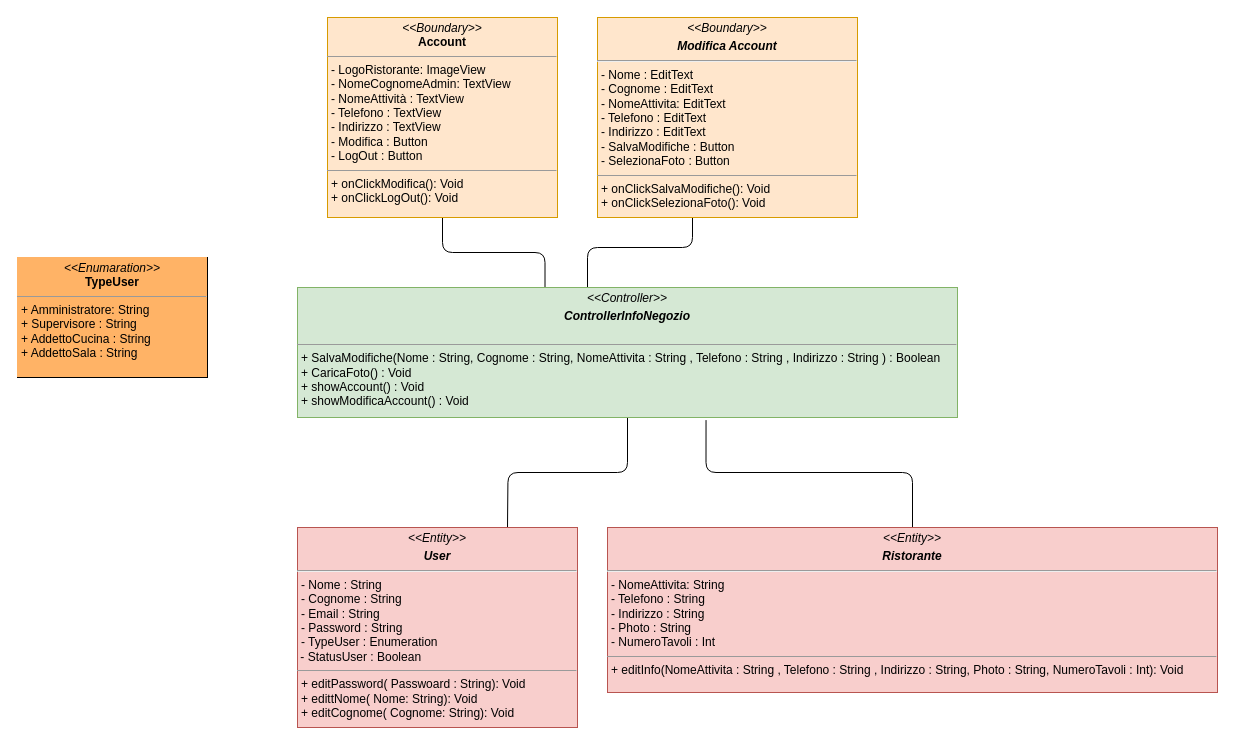
Earlier version of the draw.io diagram page "Gestisci InfoRistorante" (4 of 8) of Documentazione/Class Diagram/Class Diagram.drawio (Chriss1618/ProgettoINGSW). Source tidied: cells renumbered, new cells numbered last; positions are measured from the earlier drawing's top-left corner, leaving out a move shared by most shapes. Both pictures are drawn from the tidied source at 100%, with x=0, y=0 at pixel (17, 17).
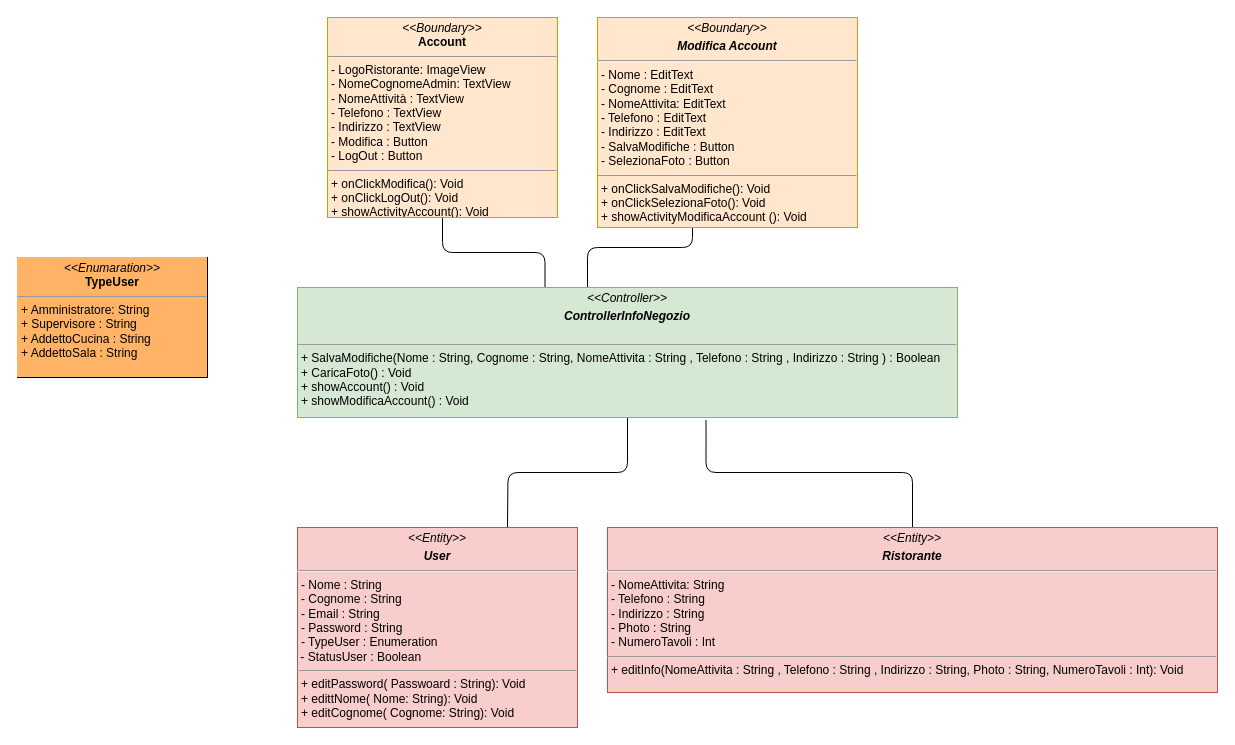
The same page after the edit.

Diff of the diagram source:
```diff
@@
 <mxGraphModel>
   <root>
     <mxCell id="0" />
     <mxCell id="1" parent="0" />
     <mxCell id="2" style="edgeStyle=orthogonalEdgeStyle;jettySize=auto;html=1;exitX=0.5;exitY=1;exitDx=0;exitDy=0;entryX=0.375;entryY=0;entryDx=0;entryDy=0;entryPerimeter=0;endArrow=none;endFill=0;rounded=1;" parent="1" edge="1" source="3" target="7">
       <mxGeometry relative="1" as="geometry" />
     </mxCell>
-    <mxCell id="3" value="&lt;p style=&quot;margin:0px;margin-top:4px;text-align:center;&quot;&gt;&lt;i&gt;&amp;lt;&amp;lt;Boundary&amp;gt;&amp;gt;&lt;/i&gt;&lt;br&gt;&lt;b&gt;Account&lt;/b&gt;&lt;/p&gt;&lt;hr size=&quot;1&quot;&gt;&lt;p style=&quot;margin:0px;margin-left:4px;&quot;&gt;- LogoRistorante: ImageView&lt;/p&gt;&lt;p style=&quot;margin:0px;margin-left:4px;&quot;&gt;- NomeCognomeAdmin: TextView&lt;br&gt;- NomeAttività : TextView&lt;/p&gt;&lt;p style=&quot;margin:0px;margin-left:4px;&quot;&gt;- Telefono : TextView&lt;/p&gt;&lt;p style=&quot;margin:0px;margin-left:4px;&quot;&gt;- Indirizzo : TextView&lt;/p&gt;&lt;p style=&quot;margin:0px;margin-left:4px;&quot;&gt;- Modifica : Button&lt;/p&gt;&lt;p style=&quot;margin:0px;margin-left:4px;&quot;&gt;- LogOut : Button&lt;/p&gt;&lt;hr size=&quot;1&quot;&gt;&lt;p style=&quot;margin:0px;margin-left:4px;&quot;&gt;+ onClickModifica(): Void&lt;br&gt;&lt;/p&gt;&lt;p style=&quot;margin:0px;margin-left:4px;&quot;&gt;+ onClickLogOut(): Void&lt;/p&gt;" style="verticalAlign=top;align=left;overflow=fill;fontSize=12;fontFamily=Helvetica;html=1;fillColor=#ffe6cc;strokeColor=#d79b00;" parent="1" vertex="1">
+    <mxCell id="3" value="&lt;p style=&quot;margin:0px;margin-top:4px;text-align:center;&quot;&gt;&lt;i&gt;&amp;lt;&amp;lt;Boundary&amp;gt;&amp;gt;&lt;/i&gt;&lt;br&gt;&lt;b&gt;Account&lt;/b&gt;&lt;/p&gt;&lt;hr size=&quot;1&quot;&gt;&lt;p style=&quot;margin:0px;margin-left:4px;&quot;&gt;- LogoRistorante: ImageView&lt;/p&gt;&lt;p style=&quot;margin:0px;margin-left:4px;&quot;&gt;- NomeCognomeAdmin: TextView&lt;br&gt;- NomeAttività : TextView&lt;/p&gt;&lt;p style=&quot;margin:0px;margin-left:4px;&quot;&gt;- Telefono : TextView&lt;/p&gt;&lt;p style=&quot;margin:0px;margin-left:4px;&quot;&gt;- Indirizzo : TextView&lt;/p&gt;&lt;p style=&quot;margin:0px;margin-left:4px;&quot;&gt;- Modifica : Button&lt;/p&gt;&lt;p style=&quot;margin:0px;margin-left:4px;&quot;&gt;- LogOut : Button&lt;/p&gt;&lt;hr size=&quot;1&quot;&gt;&lt;p style=&quot;margin:0px;margin-left:4px;&quot;&gt;+ onClickModifica(): Void&lt;br&gt;&lt;/p&gt;&lt;p style=&quot;margin:0px;margin-left:4px;&quot;&gt;+ onClickLogOut(): Void&lt;/p&gt;&lt;p style=&quot;margin:0px;margin-left:4px;&quot;&gt;+ showActivityAccount(): Void&lt;/p&gt;" style="verticalAlign=top;align=left;overflow=fill;fontSize=12;fontFamily=Helvetica;html=1;fillColor=#ffe6cc;strokeColor=#d79b00;" parent="1" vertex="1">
       <mxGeometry x="310" width="230" height="200" as="geometry" />
     </mxCell>
     <mxCell id="4" style="edgeStyle=orthogonalEdgeStyle;jettySize=auto;html=1;strokeColor=default;rounded=1;endArrow=none;endFill=0;" parent="1" edge="1" source="5" target="7">
       <mxGeometry relative="1" as="geometry">
         <Array as="points">
           <mxPoint x="675" y="230" />
           <mxPoint x="570" y="230" />
         </Array>
       </mxGeometry>
     </mxCell>
-    <mxCell id="5" value="&lt;p style=&quot;margin:0px;margin-top:4px;text-align:center;&quot;&gt;&lt;i&gt;&amp;lt;&amp;lt;Boundary&amp;gt;&amp;gt;&lt;/i&gt;&lt;br&gt;&lt;/p&gt;&lt;p style=&quot;margin:0px;margin-top:4px;text-align:center;&quot;&gt;&lt;i&gt;&lt;b&gt;Modifica Account&lt;/b&gt;&lt;/i&gt;&lt;/p&gt;&lt;hr&gt;&lt;p style=&quot;margin:0px;margin-left:4px;&quot;&gt;- Nome : EditText&lt;br&gt;&lt;/p&gt;&lt;p style=&quot;margin:0px;margin-left:4px;&quot;&gt;- Cognome : EditText&lt;br&gt;&lt;/p&gt;&lt;p style=&quot;margin:0px;margin-left:4px;&quot;&gt;- NomeAttivita: EditText&lt;br&gt;&lt;/p&gt;&lt;p style=&quot;margin:0px;margin-left:4px;&quot;&gt;- Telefono : EditText&lt;br&gt;&lt;/p&gt;&lt;p style=&quot;margin:0px;margin-left:4px;&quot;&gt;- Indirizzo : EditText&lt;/p&gt;&lt;p style=&quot;margin:0px;margin-left:4px;&quot;&gt;- SalvaModifiche : Button&lt;/p&gt;&lt;p style=&quot;margin:0px;margin-left:4px;&quot;&gt;- SelezionaFoto : Button&lt;/p&gt;&lt;hr size=&quot;1&quot;&gt;&lt;p style=&quot;margin:0px;margin-left:4px;&quot;&gt;+ onClickSalvaModifiche(): Void&lt;br&gt;&lt;/p&gt;&lt;p style=&quot;margin:0px;margin-left:4px;&quot;&gt;+ onClickSelezionaFoto(): Void&lt;/p&gt;" style="verticalAlign=top;align=left;overflow=fill;fontSize=12;fontFamily=Helvetica;html=1;fillColor=#ffe6cc;strokeColor=#d79b00;" parent="1" vertex="1">
-      <mxGeometry x="580" width="260" height="200" as="geometry" />
+    <mxCell id="5" value="&lt;p style=&quot;margin:0px;margin-top:4px;text-align:center;&quot;&gt;&lt;i&gt;&amp;lt;&amp;lt;Boundary&amp;gt;&amp;gt;&lt;/i&gt;&lt;br&gt;&lt;/p&gt;&lt;p style=&quot;margin:0px;margin-top:4px;text-align:center;&quot;&gt;&lt;i&gt;&lt;b&gt;Modifica Account&lt;/b&gt;&lt;/i&gt;&lt;/p&gt;&lt;hr&gt;&lt;p style=&quot;margin:0px;margin-left:4px;&quot;&gt;- Nome : EditText&lt;br&gt;&lt;/p&gt;&lt;p style=&quot;margin:0px;margin-left:4px;&quot;&gt;- Cognome : EditText&lt;br&gt;&lt;/p&gt;&lt;p style=&quot;margin:0px;margin-left:4px;&quot;&gt;- NomeAttivita: EditText&lt;br&gt;&lt;/p&gt;&lt;p style=&quot;margin:0px;margin-left:4px;&quot;&gt;- Telefono : EditText&lt;br&gt;&lt;/p&gt;&lt;p style=&quot;margin:0px;margin-left:4px;&quot;&gt;- Indirizzo : EditText&lt;/p&gt;&lt;p style=&quot;margin:0px;margin-left:4px;&quot;&gt;- SalvaModifiche : Button&lt;/p&gt;&lt;p style=&quot;margin:0px;margin-left:4px;&quot;&gt;- SelezionaFoto : Button&lt;/p&gt;&lt;hr size=&quot;1&quot;&gt;&lt;p style=&quot;margin:0px;margin-left:4px;&quot;&gt;+ onClickSalvaModifiche(): Void&lt;br&gt;&lt;/p&gt;&lt;p style=&quot;margin:0px;margin-left:4px;&quot;&gt;+ onClickSelezionaFoto(): Void&lt;/p&gt;&lt;p style=&quot;margin:0px;margin-left:4px;&quot;&gt;+ showActivityModificaAccount (): Void&lt;/p&gt;" style="verticalAlign=top;align=left;overflow=fill;fontSize=12;fontFamily=Helvetica;html=1;fillColor=#ffe6cc;strokeColor=#d79b00;" parent="1" vertex="1">
+      <mxGeometry x="580" width="260" height="210" as="geometry" />
     </mxCell>
     <mxCell id="6" style="edgeStyle=orthogonalEdgeStyle;rounded=1;jettySize=auto;html=1;exitX=0.5;exitY=1;exitDx=0;exitDy=0;endArrow=none;endFill=0;entryX=0.5;entryY=0;entryDx=0;entryDy=0;" parent="1" edge="1" source="7">
       <mxGeometry relative="1" as="geometry">
         <mxPoint x="490" y="510" as="targetPoint" />
       </mxGeometry>
     </mxCell>
     <mxCell id="7" value="&lt;p style=&quot;margin:0px;margin-top:4px;text-align:center;&quot;&gt;&lt;i&gt;&amp;lt;&amp;lt;Controller&amp;gt;&amp;gt;&lt;/i&gt;&lt;br&gt;&lt;/p&gt;&lt;p style=&quot;margin:0px;margin-top:4px;text-align:center;&quot;&gt;&lt;i&gt;&lt;b&gt;ControllerInfoNegozio&lt;/b&gt;&lt;/i&gt;&lt;/p&gt;&lt;br&gt;&lt;hr size=&quot;1&quot;&gt;&lt;p style=&quot;margin:0px;margin-left:4px;&quot;&gt;+ SalvaModifiche(Nome : String, Cognome : String, NomeAttivita : String , Telefono : String , Indirizzo : String ) : Boolean&lt;br&gt;&lt;/p&gt;&lt;p style=&quot;margin:0px;margin-left:4px;&quot;&gt;+ CaricaFoto() : Void&lt;/p&gt;&lt;p style=&quot;margin:0px;margin-left:4px;&quot;&gt;+ showAccount() : Void&lt;/p&gt;&lt;p style=&quot;margin:0px;margin-left:4px;&quot;&gt;+ showModificaAccount() : Void&lt;/p&gt;" style="verticalAlign=top;align=left;overflow=fill;fontSize=12;fontFamily=Helvetica;html=1;fillColor=#d5e8d4;strokeColor=#82b366;" parent="1" vertex="1">
       <mxGeometry x="280" y="270" width="660" height="130" as="geometry" />
     </mxCell>
     <mxCell id="8" style="edgeStyle=orthogonalEdgeStyle;rounded=1;jettySize=auto;html=1;exitX=0.5;exitY=0;exitDx=0;exitDy=0;entryX=0.619;entryY=1.02;entryDx=0;entryDy=0;entryPerimeter=0;strokeColor=default;endArrow=none;endFill=0;" parent="1" edge="1" source="9" target="7">
       <mxGeometry relative="1" as="geometry" />
     </mxCell>
     <mxCell id="9" value="&lt;p style=&quot;margin:0px;margin-top:4px;text-align:center;&quot;&gt;&lt;i&gt;&amp;lt;&amp;lt;Entity&amp;gt;&amp;gt;&lt;/i&gt;&lt;br&gt;&lt;/p&gt;&lt;p style=&quot;margin:0px;margin-top:4px;text-align:center;&quot;&gt;&lt;i&gt;&lt;b&gt;Ristorante&lt;/b&gt;&lt;/i&gt;&lt;/p&gt;&lt;hr&gt;&lt;p style=&quot;margin:0px;margin-left:4px;&quot;&gt;- NomeAttivita: String&lt;/p&gt;&lt;p style=&quot;margin:0px;margin-left:4px;&quot;&gt;- Telefono : String&lt;/p&gt;&lt;p style=&quot;margin:0px;margin-left:4px;&quot;&gt;- Indirizzo : String&lt;/p&gt;&lt;p style=&quot;margin:0px;margin-left:4px;&quot;&gt;- Photo : String&lt;/p&gt;&lt;p style=&quot;margin:0px;margin-left:4px;&quot;&gt;- NumeroTavoli : Int&lt;/p&gt;&lt;hr size=&quot;1&quot;&gt;&lt;p style=&quot;margin:0px;margin-left:4px;&quot;&gt;+ editInfo(NomeAttivita : String , Telefono : String , Indirizzo : String, Photo : String, NumeroTavoli : Int): Void&lt;br&gt;&lt;/p&gt;" style="verticalAlign=top;align=left;overflow=fill;fontSize=12;fontFamily=Helvetica;html=1;fillColor=#f8cecc;strokeColor=#b85450;" parent="1" vertex="1">
       <mxGeometry x="590" y="510" width="610" height="165" as="geometry" />
     </mxCell>
     <mxCell id="10" value="&lt;p style=&quot;margin:0px;margin-top:4px;text-align:center;&quot;&gt;&lt;i&gt;&amp;lt;&amp;lt;Entity&amp;gt;&amp;gt;&lt;/i&gt;&lt;br&gt;&lt;/p&gt;&lt;p style=&quot;margin:0px;margin-top:4px;text-align:center;&quot;&gt;&lt;i&gt;&lt;b&gt;User&lt;/b&gt;&lt;/i&gt;&lt;/p&gt;&lt;hr&gt;&lt;p style=&quot;margin:0px;margin-left:4px;&quot;&gt;- Nome : String&lt;br&gt;&lt;/p&gt;&lt;p style=&quot;margin:0px;margin-left:4px;&quot;&gt;- Cognome : String&lt;/p&gt;&lt;p style=&quot;margin:0px;margin-left:4px;&quot;&gt;- Email : String&lt;/p&gt;&lt;p style=&quot;margin:0px;margin-left:4px;&quot;&gt;- Password : String&lt;/p&gt;&lt;p style=&quot;margin:0px;margin-left:4px;&quot;&gt;- TypeUser : Enumeration&lt;/p&gt;&amp;nbsp;- StatusUser : Boolean&lt;br&gt;&lt;hr size=&quot;1&quot;&gt;&lt;p style=&quot;margin:0px;margin-left:4px;&quot;&gt;+ editPassword( Passwoard : String): Void&lt;br&gt;&lt;/p&gt;&lt;p style=&quot;margin:0px;margin-left:4px;&quot;&gt;+ edittNome( Nome: String): Void&lt;br&gt;&lt;/p&gt;&lt;p style=&quot;margin:0px;margin-left:4px;&quot;&gt;+ editCognome( Cognome: String): Void&lt;br&gt;&lt;/p&gt;" style="verticalAlign=top;align=left;overflow=fill;fontSize=12;fontFamily=Helvetica;html=1;fillColor=#f8cecc;strokeColor=#b85450;" parent="1" vertex="1">
       <mxGeometry x="280" y="510" width="280" height="200" as="geometry" />
     </mxCell>
     <mxCell id="11" value="&lt;p style=&quot;margin:0px;margin-top:4px;text-align:center;&quot;&gt;&lt;i&gt;&amp;lt;&amp;lt;Enumaration&amp;gt;&amp;gt;&lt;/i&gt;&lt;br&gt;&lt;b&gt;TypeUser&lt;/b&gt;&lt;/p&gt;&lt;hr size=&quot;1&quot;&gt;&lt;p style=&quot;margin:0px;margin-left:4px;&quot;&gt;+ Amministratore: String&lt;br&gt;+ Supervisore : String&lt;/p&gt;&lt;p style=&quot;margin:0px;margin-left:4px;&quot;&gt;+ AddettoCucina : String&lt;/p&gt;&lt;p style=&quot;margin:0px;margin-left:4px;&quot;&gt;+ AddettoSala : String&lt;br&gt;&lt;/p&gt;" style="verticalAlign=top;align=left;overflow=fill;fontSize=12;fontFamily=Helvetica;html=1;labelBackgroundColor=#FFB366;" parent="1" vertex="1">
       <mxGeometry y="240" width="190" height="120" as="geometry" />
     </mxCell>
   </root>
 </mxGraphModel>
```
